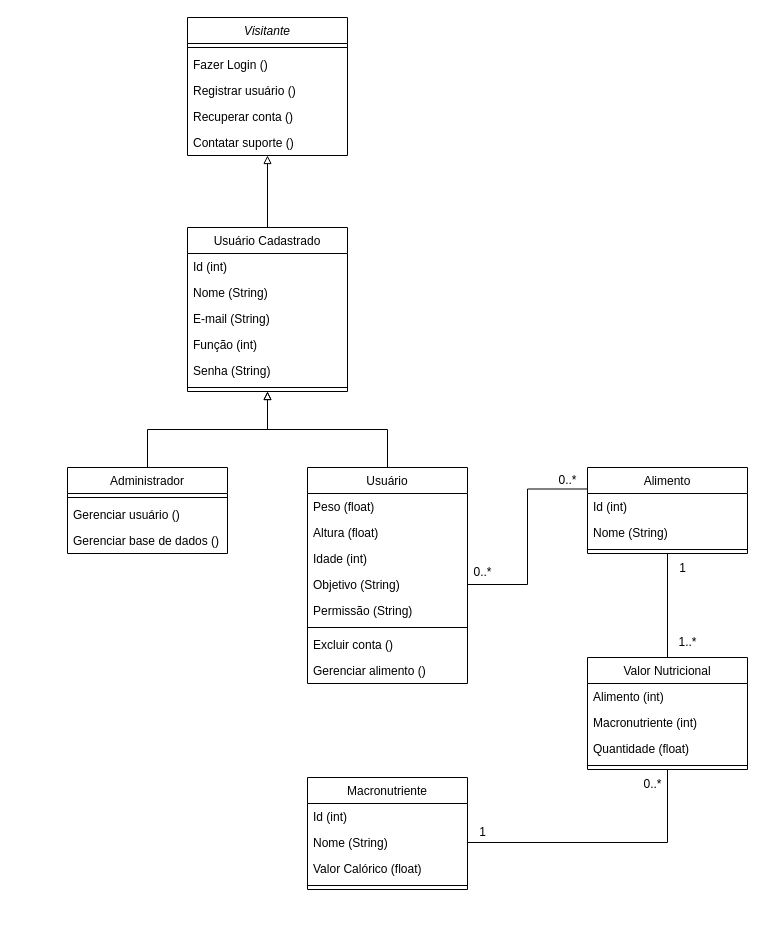
Before: DieTI.drawio in julio-sa/ES3, a draw.io diagram. Source tidied: cells renumbered, new cells numbered last; positions are measured from the earlier drawing's top-left corner, leaving out a move shared by most shapes. Both pictures are drawn from the tidied source at 100%, with x=0, y=0 at pixel (67, 17).
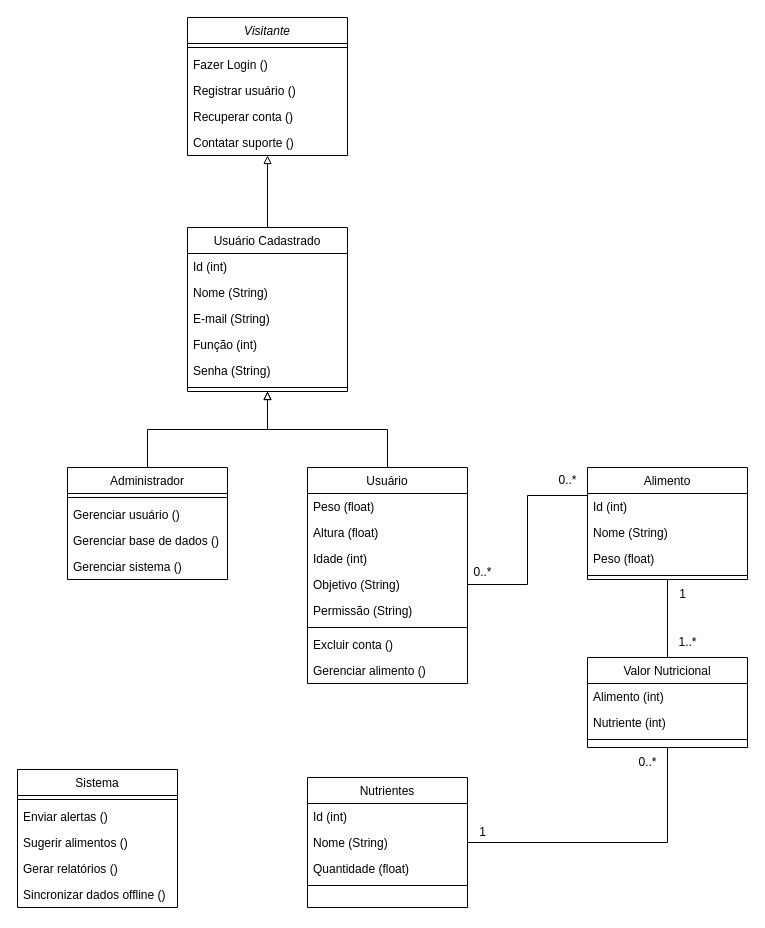
Above is the later version.

Diff of the diagram source:
```diff
@@
     <mxCell id="9" value="Administrador" style="swimlane;fontStyle=0;align=center;verticalAlign=top;horizontal=1;startSize=26;rounded=0;shadow=0;strokeWidth=1;" parent="1" vertex="1">
-      <mxGeometry y="450" width="160" height="86" as="geometry" />
+      <mxGeometry y="450" width="160" height="112" as="geometry" />
     </mxCell>
@@
+    <mxCell id="54" value="Gerenciar sistema ()" style="text;align=left;verticalAlign=top;spacingLeft=4;spacingRight=4;overflow=hidden;fontStyle=0;" parent="9" vertex="1">
+      <mxGeometry y="86" width="160" height="26" as="geometry" />
+    </mxCell>
@@
     <mxCell id="32" value="Alimento" style="swimlane;fontStyle=0;align=center;verticalAlign=top;horizontal=1;startSize=26;rounded=0;shadow=0;strokeWidth=1;" parent="1" vertex="1">
-      <mxGeometry x="520" y="450" width="160" height="86" as="geometry" />
+      <mxGeometry x="520" y="450" width="160" height="112" as="geometry" />
     </mxCell>
@@
+    <mxCell id="41" value="Peso (float)" style="text;align=left;verticalAlign=top;spacingLeft=4;spacingRight=4;overflow=hidden;" parent="32" vertex="1">
+      <mxGeometry y="78" width="160" height="26" as="geometry" />
+    </mxCell>
     <mxCell id="35" style="line;html=1;strokeWidth=1;align=left;verticalAlign=middle;spacingTop=-1;spacingLeft=3;spacingRight=3;labelPosition=right;" parent="32" vertex="1">
-      <mxGeometry y="78" width="160" height="8" as="geometry" />
+      <mxGeometry y="104" width="160" height="8" as="geometry" />
     </mxCell>
@@
     <mxCell id="38" value="Valor Nutricional" style="swimlane;fontStyle=0;align=center;verticalAlign=top;horizontal=1;startSize=26;rounded=0;shadow=0;strokeWidth=1;" parent="1" vertex="1">
-      <mxGeometry x="520" y="640" width="160" height="112" as="geometry" />
+      <mxGeometry x="520" y="640" width="160" height="90" as="geometry" />
     </mxCell>
@@
-    <mxCell id="40" value="Macronutriente (int)" style="text;align=left;verticalAlign=top;spacingLeft=4;spacingRight=4;overflow=hidden;" parent="38" vertex="1">
+    <mxCell id="40" value="Nutriente (int)" style="text;align=left;verticalAlign=top;spacingLeft=4;spacingRight=4;overflow=hidden;" parent="38" vertex="1">
       <mxGeometry y="52" width="160" height="26" as="geometry" />
     </mxCell>
-    <mxCell id="41" value="Quantidade (float)" style="text;align=left;verticalAlign=top;spacingLeft=4;spacingRight=4;overflow=hidden;" parent="38" vertex="1">
-      <mxGeometry y="78" width="160" height="26" as="geometry" />
-    </mxCell>
     <mxCell id="42" style="line;html=1;strokeWidth=1;align=left;verticalAlign=middle;spacingTop=-1;spacingLeft=3;spacingRight=3;labelPosition=right;" parent="38" vertex="1">
-      <mxGeometry y="104" width="160" height="8" as="geometry" />
+      <mxGeometry y="78" width="160" height="8" as="geometry" />
     </mxCell>
-    <mxCell id="43" value="Macronutriente" style="swimlane;fontStyle=0;align=center;verticalAlign=top;horizontal=1;startSize=26;rounded=0;shadow=0;strokeWidth=1;" parent="1" vertex="1">
-      <mxGeometry x="240" y="760" width="160" height="112" as="geometry" />
+    <mxCell id="43" value="Nutrientes" style="swimlane;fontStyle=0;align=center;verticalAlign=top;horizontal=1;startSize=26;rounded=0;shadow=0;strokeWidth=1;" parent="1" vertex="1">
+      <mxGeometry x="240" y="760" width="160" height="130" as="geometry" />
     </mxCell>
@@
-    <mxCell id="46" value="Valor Calórico (float)" style="text;align=left;verticalAlign=top;spacingLeft=4;spacingRight=4;overflow=hidden;" parent="43" vertex="1">
+    <mxCell id="46" value="Quantidade (float)" style="text;align=left;verticalAlign=top;spacingLeft=4;spacingRight=4;overflow=hidden;" parent="43" vertex="1">
       <mxGeometry y="78" width="160" height="26" as="geometry" />
     </mxCell>
@@
-    <mxCell id="50" value="1..*" style="text;html=1;align=center;verticalAlign=middle;strokeColor=none;fillColor=none;" parent="1" vertex="1">
-      <mxGeometry x="600" y="610" width="40" height="30" as="geometry" />
+    <mxCell id="50" value="1" style="text;html=1;align=center;verticalAlign=middle;strokeColor=none;fillColor=none;" parent="1" vertex="1">
+      <mxGeometry x="600" y="562" width="30" height="30" as="geometry" />
     </mxCell>
-    <mxCell id="51" value="1" style="text;html=1;align=center;verticalAlign=middle;strokeColor=none;fillColor=none;" parent="1" vertex="1">
-      <mxGeometry x="600" y="536" width="30" height="30" as="geometry" />
+    <mxCell id="51" value="1..*" style="text;html=1;align=center;verticalAlign=middle;strokeColor=none;fillColor=none;" parent="1" vertex="1">
+      <mxGeometry x="600" y="610" width="40" height="30" as="geometry" />
     </mxCell>
     <mxCell id="52" value="0..*" style="text;html=1;align=center;verticalAlign=middle;strokeColor=none;fillColor=none;" parent="1" vertex="1">
-      <mxGeometry x="565" y="752" width="40" height="30" as="geometry" />
+      <mxGeometry x="560" y="730" width="40" height="30" as="geometry" />
     </mxCell>
@@
+    <mxCell id="55" value="Sistema" style="swimlane;fontStyle=0;align=center;verticalAlign=top;horizontal=1;startSize=26;rounded=0;shadow=0;strokeWidth=1;" parent="1" vertex="1">
+      <mxGeometry x="-50" y="752" width="160" height="138" as="geometry" />
+    </mxCell>
+    <mxCell id="56" style="line;html=1;strokeWidth=1;align=left;verticalAlign=middle;spacingTop=-1;spacingLeft=3;spacingRight=3;labelPosition=right;" parent="55" vertex="1">
+      <mxGeometry y="26" width="160" height="8" as="geometry" />
+    </mxCell>
+    <mxCell id="57" value="Enviar alertas ()" style="text;align=left;verticalAlign=top;spacingLeft=4;spacingRight=4;overflow=hidden;" parent="55" vertex="1">
+      <mxGeometry y="34" width="160" height="26" as="geometry" />
+    </mxCell>
+    <mxCell id="58" value="Sugerir alimentos ()" style="text;align=left;verticalAlign=top;spacingLeft=4;spacingRight=4;overflow=hidden;" parent="55" vertex="1">
+      <mxGeometry y="60" width="160" height="26" as="geometry" />
+    </mxCell>
+    <mxCell id="59" value="Gerar relatórios ()" style="text;align=left;verticalAlign=top;spacingLeft=4;spacingRight=4;overflow=hidden;" parent="55" vertex="1">
+      <mxGeometry y="86" width="160" height="26" as="geometry" />
+    </mxCell>
+    <mxCell id="60" value="Sincronizar dados offline ()" style="text;align=left;verticalAlign=top;spacingLeft=4;spacingRight=4;overflow=hidden;" parent="55" vertex="1">
+      <mxGeometry y="112" width="160" height="26" as="geometry" />
+    </mxCell>
```
